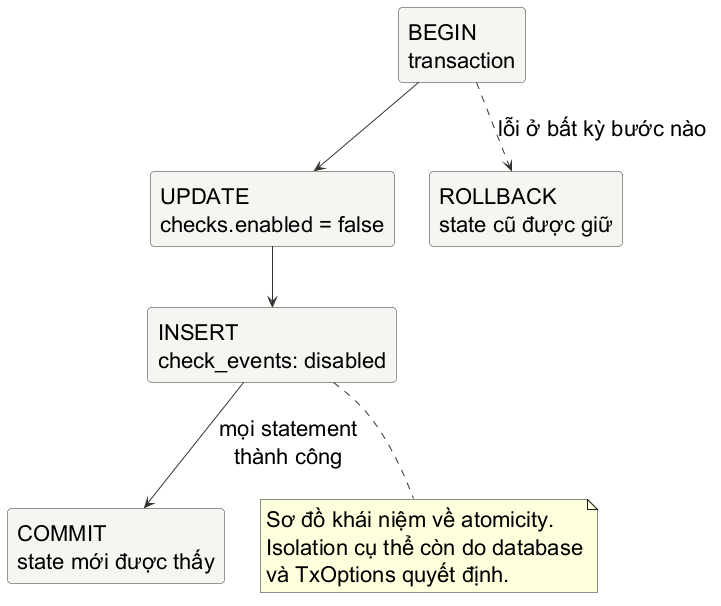
Above: assets/diagrams/transaction-boundary.png in Minhlike/Golang (PlantUML), before the change. Source of this version:
```plantuml
@startuml
skinparam backgroundColor #FFFFFF
skinparam shadowing false
skinparam defaultFontName "Source Sans 3"
skinparam defaultFontSize 22
skinparam rectangle {
  BackgroundColor #F5F5F2
  BorderColor #333333
  FontColor #000000
  RoundCorner 8
}
skinparam arrowColor #333333
top to bottom direction

rectangle "BEGIN\ntransaction" as begin
rectangle "UPDATE\nchecks.enabled = false" as update
rectangle "INSERT\ncheck_events: disabled" as audit
rectangle "COMMIT\nstate mới được thấy" as committed
rectangle "ROLLBACK\nstate cũ được giữ" as rolled

begin --> update
update --> audit
audit --> committed : mọi statement\nthành công
begin ..> rolled : lỗi ở bất kỳ bước nào

note bottom of audit
  Sơ đồ khái niệm về atomicity.
  Isolation cụ thể còn do database
  và TxOptions quyết định.
end note
@enduml
```
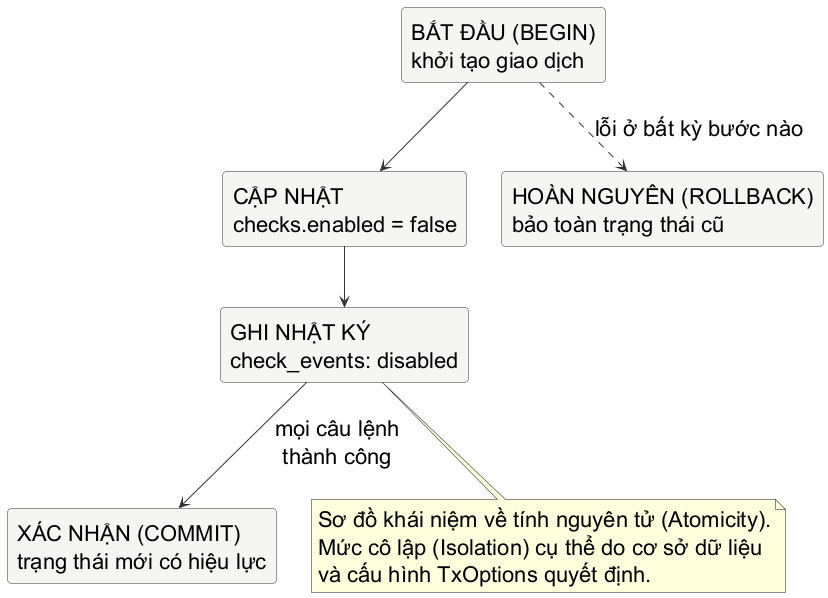
The same file after the commit.

Change to the diagram source:
```diff
@@ -12,20 +12,20 @@
 skinparam arrowColor #333333
 top to bottom direction
 
-rectangle "BEGIN\ntransaction" as begin
-rectangle "UPDATE\nchecks.enabled = false" as update
-rectangle "INSERT\ncheck_events: disabled" as audit
-rectangle "COMMIT\nstate mới được thấy" as committed
-rectangle "ROLLBACK\nstate cũ được giữ" as rolled
+rectangle "BẮT ĐẦU (BEGIN)\nkhởi tạo giao dịch" as begin
+rectangle "CẬP NHẬT\nchecks.enabled = false" as update
+rectangle "GHI NHẬT KÝ\ncheck_events: disabled" as audit
+rectangle "XÁC NHẬN (COMMIT)\ntrạng thái mới có hiệu lực" as committed
+rectangle "HOÀN NGUYÊN (ROLLBACK)\nbảo toàn trạng thái cũ" as rolled
 
 begin --> update
 update --> audit
-audit --> committed : mọi statement\nthành công
+audit --> committed : mọi câu lệnh\nthành công
 begin ..> rolled : lỗi ở bất kỳ bước nào
 
 note bottom of audit
-  Sơ đồ khái niệm về atomicity.
-  Isolation cụ thể còn do database
-  và TxOptions quyết định.
+  Sơ đồ khái niệm về tính nguyên tử (Atomicity).
+  Mức cô lập (Isolation) cụ thể do cơ sở dữ liệu
+  và cấu hình TxOptions quyết định.
 end note
 @enduml
```
